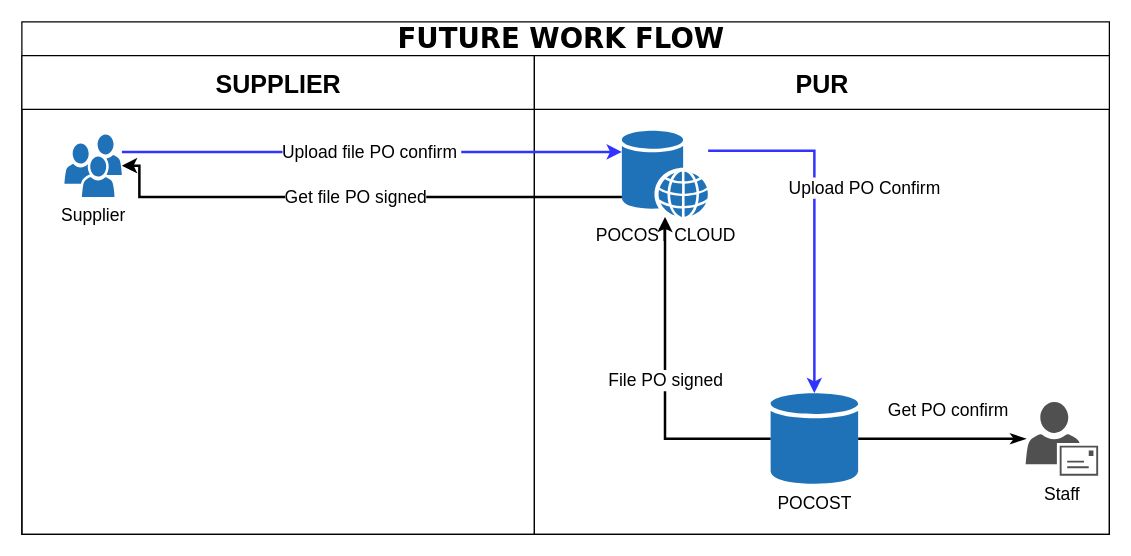
Before: page "Future Po cost" (6 of 6) of work flow current fifo.drawio in dreegoo/hellotoken, a draw.io diagram. Source tidied: cells renumbered, new cells numbered last; positions are measured from the earlier drawing's top-left corner, leaving out a move shared by most shapes. Both pictures are drawn from the tidied source at 125%, with x=0, y=0 at pixel (21, 21).
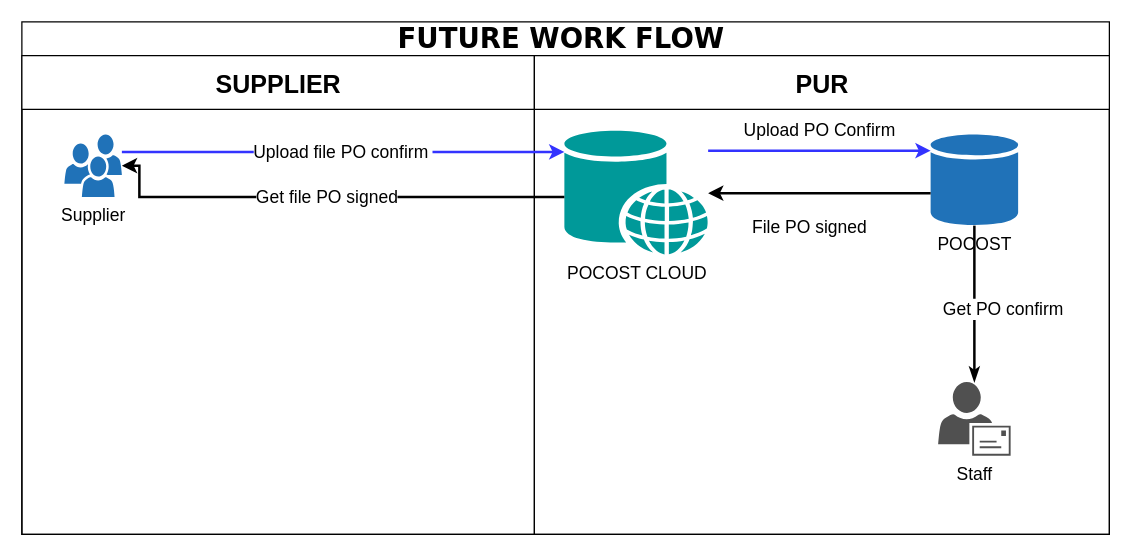
The same diagram, later.

Unchanged cells that the change refers to:
```xml
<mxCell id="5" value="PUR" style="swimlane;html=1;startSize=43;fontSize=20;" parent="2" vertex="1">
  <mxGeometry x="410" y="27" width="460" height="383" as="geometry" />
</mxCell>
```

What changed in the source:
```diff
@@
     <mxCell id="6" value="Upload PO Confirm" style="edgeStyle=orthogonalEdgeStyle;rounded=0;jettySize=auto;html=1;strokeColor=#3333FF;strokeWidth=2;fontSize=14;" parent="5" edge="1" source="10" target="9">
-      <mxGeometry x="-0.18" y="40" relative="1" as="geometry">
+      <mxGeometry y="16" relative="1" as="geometry">
         <Array as="points">
-          <mxPoint x="224" y="76" />
+          <mxPoint x="278" y="76" />
+          <mxPoint x="278" y="76" />
         </Array>
-        <mxPoint y="1" as="offset" />
       </mxGeometry>
     </mxCell>
@@
     <mxCell id="8" value="Staff" style="shadow=0;dashed=0;html=1;strokeColor=none;fillColor=#505050;labelPosition=center;verticalLabelPosition=bottom;verticalAlign=top;outlineConnect=0;align=center;shape=mxgraph.office.users.mail_user;fontSize=14;" parent="5" vertex="1">
-      <mxGeometry x="393" y="277" width="58" height="59" as="geometry" />
+      <mxGeometry x="323" y="261" width="58" height="59" as="geometry" />
     </mxCell>
     <mxCell id="9" value="POCOST" style="shadow=0;dashed=0;html=1;strokeColor=none;labelPosition=center;verticalLabelPosition=bottom;verticalAlign=top;outlineConnect=0;align=center;shape=mxgraph.office.databases.database;fillColor=#2072B8;fontSize=14;" parent="5" vertex="1">
-      <mxGeometry x="189" y="270" width="70" height="73" as="geometry" />
+      <mxGeometry x="317" y="63" width="70" height="73" as="geometry" />
     </mxCell>
-    <mxCell id="10" value="POCOST CLOUD" style="shadow=0;dashed=0;html=1;strokeColor=none;labelPosition=center;verticalLabelPosition=bottom;verticalAlign=top;outlineConnect=0;align=center;shape=mxgraph.office.databases.web_store;fontSize=14;fillColor=#2072B8;" parent="5" vertex="1">
-      <mxGeometry x="70" y="60" width="69" height="69" as="geometry" />
+    <mxCell id="10" value="POCOST CLOUD" style="shadow=0;dashed=0;html=1;strokeColor=none;labelPosition=center;verticalLabelPosition=bottom;verticalAlign=top;outlineConnect=0;align=center;shape=mxgraph.office.databases.web_store;fontSize=14;fillColor=#009999;" parent="5" vertex="1">
+      <mxGeometry x="24" y="60" width="115" height="99" as="geometry" />
     </mxCell>
     <mxCell id="11" value="File PO signed" style="edgeStyle=orthogonalEdgeStyle;rounded=0;jettySize=auto;html=1;strokeColor=#000000;strokeWidth=2;fontSize=14;" parent="5" edge="1" source="9" target="10">
-      <mxGeometry relative="1" as="geometry" />
+      <mxGeometry x="0.09" y="27" relative="1" as="geometry">
+        <Array as="points">
+          <mxPoint x="271" y="110" />
+          <mxPoint x="271" y="110" />
+        </Array>
+      </mxGeometry>
     </mxCell>
```
